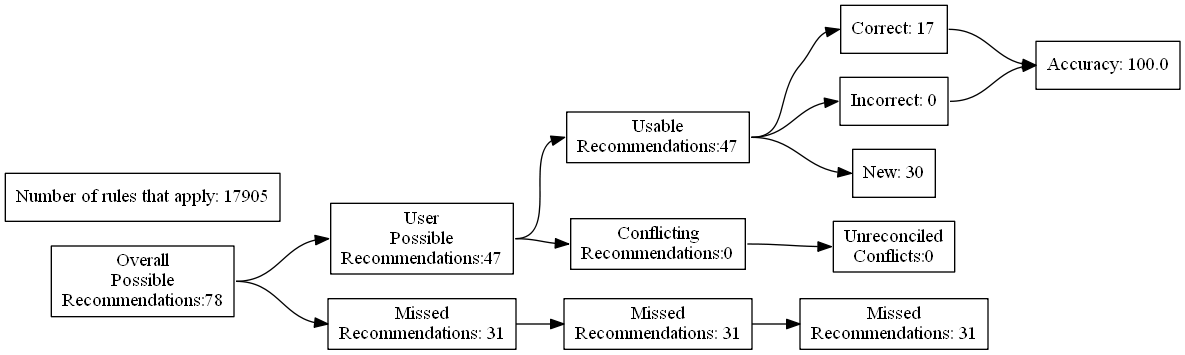
Before: test_renders/29.gv.png, a diagram exported from Graphviz (ZaxR/ibd_diet_analysis). Its source is kept beside it as test_renders/29.gv.
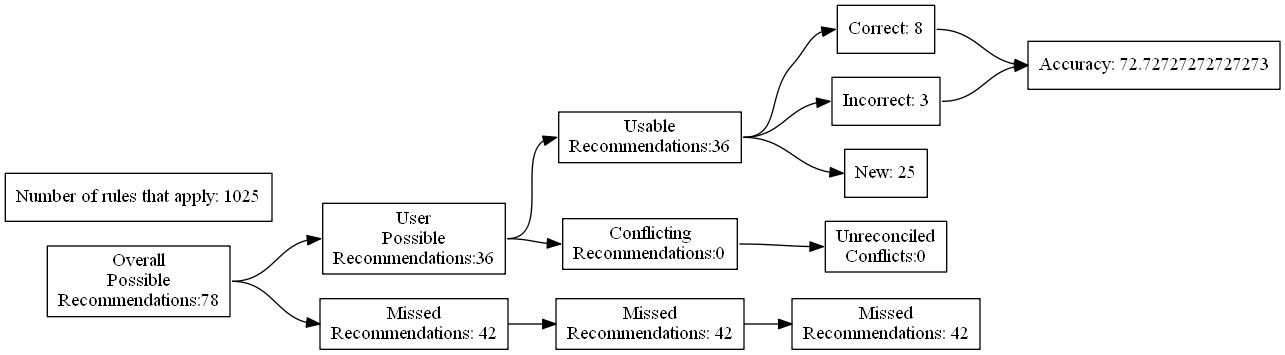
The same diagram one commit later.

The edit, as a diff of the source:
```diff
@@ -7,24 +7,24 @@
 Recommendations:78"]
 		B [label="User
 Possible
-Recommendations:47"]
+Recommendations:36"]
 		C [label="Missed
-Recommendations: 31"]
+Recommendations: 42"]
 		D [label="Usable
-Recommendations:47"]
+Recommendations:36"]
 		E [label="Conflicting
 Recommendations:0"]
 		J [label="Missed
-Recommendations: 31"]
+Recommendations: 42"]
 		M [label="Unreconciled
 Conflicts:0"]
-		F [label="Correct: 17"]
-		G [label="Incorrect: 0"]
-		H [label="New: 30"]
+		F [label="Correct: 8"]
+		G [label="Incorrect: 3"]
+		H [label="New: 25"]
 		K [label="Missed
-Recommendations: 31"]
-		I [label="Accuracy: 100.0"]
-		l [label="Number of rules that apply: 17905"]
+Recommendations: 42"]
+		I [label="Accuracy: 72.72727272727273"]
+		l [label="Number of rules that apply: 1025"]
 			A -> B
 			A -> C
 			B -> D
```
